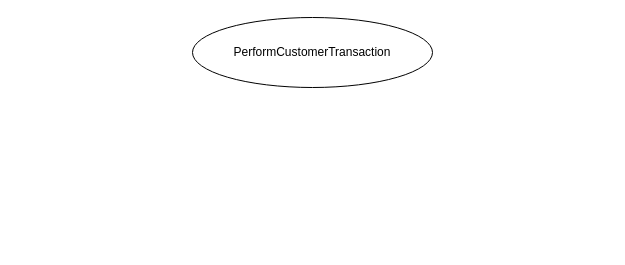
This is EE2010 Wk2 B.drawio from owenpmorgan/UML_diag_practice, a draw.io file, before an edit. Source tidied: cells renumbered, new cells numbered last; positions are measured from the earlier drawing's top-left corner, leaving out a move shared by most shapes. Both pictures are drawn from the tidied source at 100%, with x=0, y=0 at pixel (192, 17).
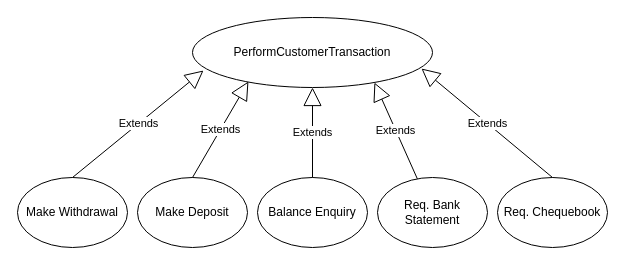
The same page after the edit.

Change to the diagram source:
```diff
@@
 <mxGraphModel>
   <root>
     <mxCell id="0" />
     <mxCell id="1" parent="0" />
     <mxCell id="2" value="PerformCustomerTransaction" style="ellipse;whiteSpace=wrap;html=1;" parent="1" vertex="1">
       <mxGeometry width="240" height="70" as="geometry" />
     </mxCell>
+    <mxCell id="3" value="Make Withdrawal" style="ellipse;whiteSpace=wrap;html=1;" parent="1" vertex="1">
+      <mxGeometry x="-175" y="160" width="110" height="70" as="geometry" />
+    </mxCell>
+    <mxCell id="4" value="Make Deposit" style="ellipse;whiteSpace=wrap;html=1;" parent="1" vertex="1">
+      <mxGeometry x="-55" y="160" width="110" height="70" as="geometry" />
+    </mxCell>
+    <mxCell id="5" value="Balance Enquiry" style="ellipse;whiteSpace=wrap;html=1;" parent="1" vertex="1">
+      <mxGeometry x="65" y="160" width="110" height="70" as="geometry" />
+    </mxCell>
+    <mxCell id="6" value="Req. Bank Statement" style="ellipse;whiteSpace=wrap;html=1;" parent="1" vertex="1">
+      <mxGeometry x="185" y="160" width="110" height="70" as="geometry" />
+    </mxCell>
+    <mxCell id="7" value="Req. Chequebook" style="ellipse;whiteSpace=wrap;html=1;" parent="1" vertex="1">
+      <mxGeometry x="305" y="160" width="110" height="70" as="geometry" />
+    </mxCell>
+    <mxCell id="8" value="Extends" style="endArrow=block;endSize=16;endFill=0;html=1;rounded=0;exitX=0.5;exitY=0;exitDx=0;exitDy=0;entryX=0.046;entryY=0.757;entryDx=0;entryDy=0;entryPerimeter=0;" parent="1" edge="1" source="3" target="2">
+      <mxGeometry relative="1" as="geometry" />
+    </mxCell>
+    <mxCell id="9" value="Extends" style="endArrow=block;endSize=16;endFill=0;html=1;rounded=0;exitX=0.5;exitY=0;exitDx=0;exitDy=0;entryX=0.233;entryY=0.914;entryDx=0;entryDy=0;entryPerimeter=0;" parent="1" edge="1" source="4" target="2">
+      <mxGeometry relative="1" as="geometry" />
+    </mxCell>
+    <mxCell id="10" value="Extends" style="endArrow=block;endSize=16;endFill=0;html=1;rounded=0;exitX=0.5;exitY=0;exitDx=0;exitDy=0;entryX=0.5;entryY=1;entryDx=0;entryDy=0;" parent="1" edge="1" source="5" target="2">
+      <mxGeometry relative="1" as="geometry" />
+    </mxCell>
+    <mxCell id="11" value="Extends" style="endArrow=block;endSize=16;endFill=0;html=1;rounded=0;entryX=0.758;entryY=0.929;entryDx=0;entryDy=0;entryPerimeter=0;" parent="1" edge="1" source="6" target="2">
+      <mxGeometry relative="1" as="geometry" />
+    </mxCell>
+    <mxCell id="12" value="Extends" style="endArrow=block;endSize=16;endFill=0;html=1;rounded=0;exitX=0.5;exitY=0;exitDx=0;exitDy=0;entryX=0.954;entryY=0.729;entryDx=0;entryDy=0;entryPerimeter=0;" parent="1" edge="1" source="7" target="2">
+      <mxGeometry relative="1" as="geometry" />
+    </mxCell>
   </root>
 </mxGraphModel>
```
